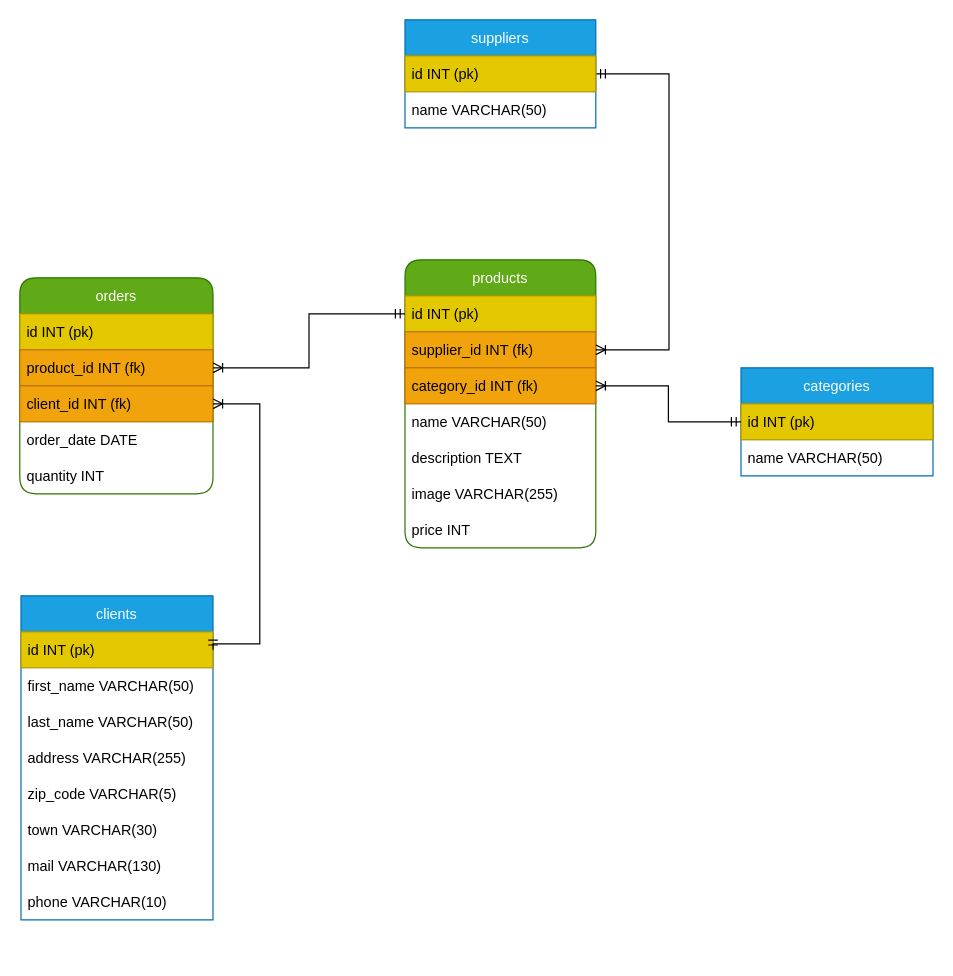
nr865/Moka keeps this draw.io diagram as SQL/MLD/MLD.drawio. Above is the earlier version. Source tidied: cells renumbered, new cells numbered last; positions are measured from the earlier drawing's top-left corner, leaving out a move shared by most shapes. Both pictures are drawn from the tidied source at 120%, with x=0, y=0 at pixel (19, 19).
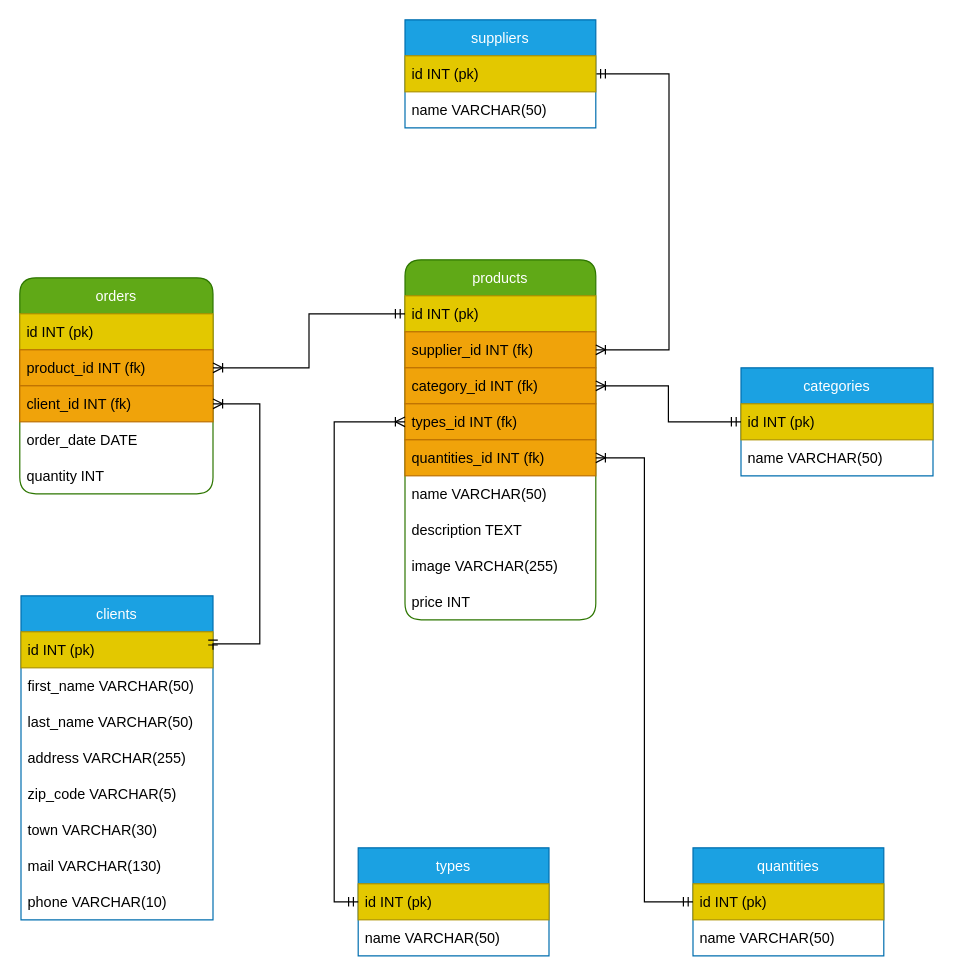
The same page after the edit.

Change to the diagram source:
```diff
@@
     <mxCell id="2" value="products" style="swimlane;fontStyle=0;horizontal=1;startSize=30;fillColor=#60a917;fontColor=#ffffff;strokeColor=#2D7600;rounded=1;" parent="1" vertex="1">
-      <mxGeometry x="321" y="200" width="159" height="240" as="geometry" />
+      <mxGeometry x="321" y="200" width="159" height="300" as="geometry" />
     </mxCell>
@@
+    <mxCell id="36" value="types_id INT (fk)" style="text;strokeColor=#BD7000;fillColor=#f0a30a;align=left;verticalAlign=middle;spacingLeft=4;spacingRight=4;overflow=hidden;points=[[0,0.5],[1,0.5]];portConstraint=eastwest;fontColor=#000000;" parent="2" vertex="1">
+      <mxGeometry y="120" width="159" height="30" as="geometry" />
+    </mxCell>
+    <mxCell id="37" value="quantities_id INT (fk)" style="text;strokeColor=#BD7000;fillColor=#f0a30a;align=left;verticalAlign=middle;spacingLeft=4;spacingRight=4;overflow=hidden;points=[[0,0.5],[1,0.5]];portConstraint=eastwest;fontColor=#000000;" parent="2" vertex="1">
+      <mxGeometry y="150" width="159" height="30" as="geometry" />
+    </mxCell>
     <mxCell id="6" value="name VARCHAR(50)" style="text;strokeColor=none;fillColor=none;align=left;verticalAlign=middle;spacingLeft=4;spacingRight=4;overflow=hidden;" parent="2" vertex="1">
-      <mxGeometry y="120" width="159" height="30" as="geometry" />
+      <mxGeometry y="180" width="159" height="30" as="geometry" />
     </mxCell>
     <mxCell id="7" value="description TEXT " style="text;strokeColor=none;fillColor=none;align=left;verticalAlign=middle;spacingLeft=4;spacingRight=4;overflow=hidden;" parent="2" vertex="1">
-      <mxGeometry y="150" width="159" height="30" as="geometry" />
+      <mxGeometry y="210" width="159" height="30" as="geometry" />
     </mxCell>
     <mxCell id="8" value="image VARCHAR(255)" style="text;strokeColor=none;fillColor=none;align=left;verticalAlign=middle;spacingLeft=4;spacingRight=4;overflow=hidden;" parent="2" vertex="1">
-      <mxGeometry y="180" width="159" height="30" as="geometry" />
+      <mxGeometry y="240" width="159" height="30" as="geometry" />
     </mxCell>
     <mxCell id="9" value="price INT" style="text;strokeColor=none;fillColor=none;align=left;verticalAlign=middle;spacingLeft=4;spacingRight=4;overflow=hidden;" parent="2" vertex="1">
-      <mxGeometry y="210" width="159" height="30" as="geometry" />
+      <mxGeometry y="270" width="159" height="30" as="geometry" />
     </mxCell>
@@
+    <mxCell id="38" value="types" style="swimlane;fontStyle=0;horizontal=1;startSize=30;fillColor=#1ba1e2;fontColor=#ffffff;strokeColor=#006EAF;" parent="1" vertex="1">
+      <mxGeometry x="282" y="690" width="159" height="90" as="geometry" />
+    </mxCell>
+    <mxCell id="39" value="id INT (pk)" style="text;strokeColor=#B09500;fillColor=#e3c800;align=left;verticalAlign=middle;spacingLeft=4;spacingRight=4;overflow=hidden;points=[[0,0.5],[1,0.5]];portConstraint=eastwest;fontColor=#000000;" parent="38" vertex="1">
+      <mxGeometry y="30" width="159" height="30" as="geometry" />
+    </mxCell>
+    <mxCell id="40" value="name VARCHAR(50)" style="text;strokeColor=none;fillColor=none;align=left;verticalAlign=middle;spacingLeft=4;spacingRight=4;overflow=hidden;" parent="38" vertex="1">
+      <mxGeometry y="60" width="159" height="30" as="geometry" />
+    </mxCell>
+    <mxCell id="41" value="quantities" style="swimlane;fontStyle=0;horizontal=1;startSize=30;fillColor=#1ba1e2;fontColor=#ffffff;strokeColor=#006EAF;" parent="1" vertex="1">
+      <mxGeometry x="561" y="690" width="159" height="90" as="geometry" />
+    </mxCell>
+    <mxCell id="42" value="id INT (pk)" style="text;strokeColor=#B09500;fillColor=#e3c800;align=left;verticalAlign=middle;spacingLeft=4;spacingRight=4;overflow=hidden;points=[[0,0.5],[1,0.5]];portConstraint=eastwest;fontColor=#000000;" parent="41" vertex="1">
+      <mxGeometry y="30" width="159" height="30" as="geometry" />
+    </mxCell>
+    <mxCell id="43" value="name VARCHAR(50)" style="text;strokeColor=none;fillColor=none;align=left;verticalAlign=middle;spacingLeft=4;spacingRight=4;overflow=hidden;" parent="41" vertex="1">
+      <mxGeometry y="60" width="159" height="30" as="geometry" />
+    </mxCell>
+    <mxCell id="44" style="edgeStyle=orthogonalEdgeStyle;rounded=0;jettySize=auto;html=1;exitX=0;exitY=0.5;exitDx=0;exitDy=0;entryX=0;entryY=0.5;entryDx=0;entryDy=0;startArrow=ERoneToMany;startFill=0;endArrow=ERmandOne;endFill=0;" parent="1" edge="1" source="36" target="39">
+      <mxGeometry relative="1" as="geometry" />
+    </mxCell>
+    <mxCell id="45" style="edgeStyle=orthogonalEdgeStyle;rounded=0;jettySize=auto;html=1;exitX=1;exitY=0.5;exitDx=0;exitDy=0;endArrow=ERmandOne;endFill=0;startArrow=ERoneToMany;startFill=0;" parent="1" edge="1" source="37" target="42">
+      <mxGeometry relative="1" as="geometry" />
+    </mxCell>
```
